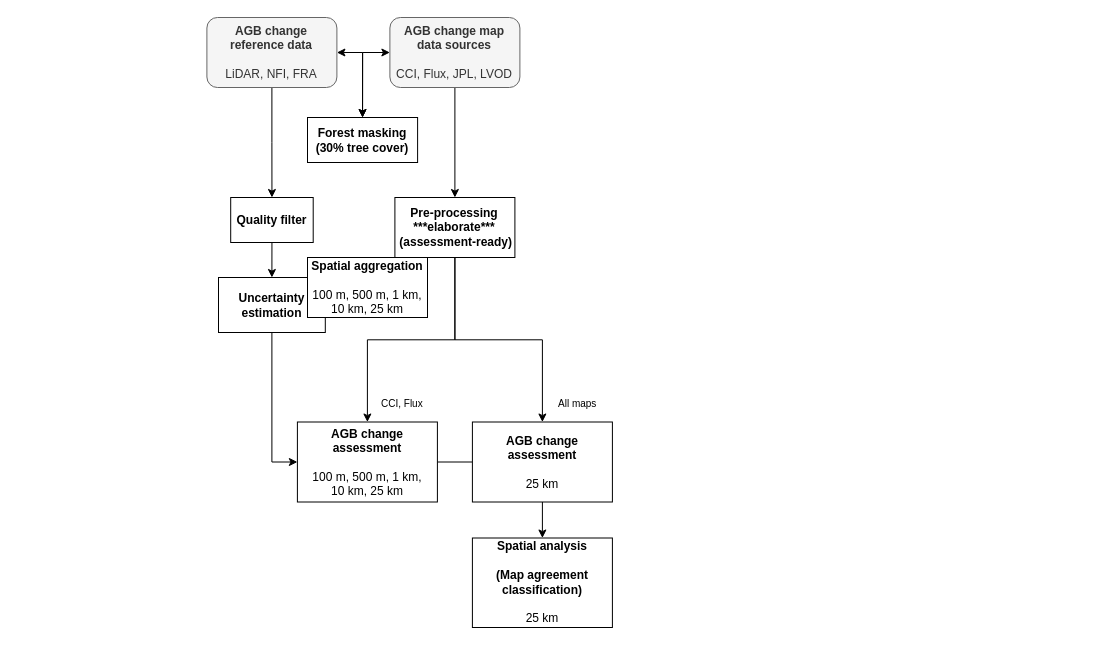
Earlier version of the draw.io diagram paper2.drawio (arnanaraza/diagrams). Source tidied: cells renumbered, new cells numbered last; positions are measured from the earlier drawing's top-left corner, leaving out a move shared by most shapes. Both pictures are drawn from the tidied source at 100%, with x=0, y=0 at pixel (206, 17).
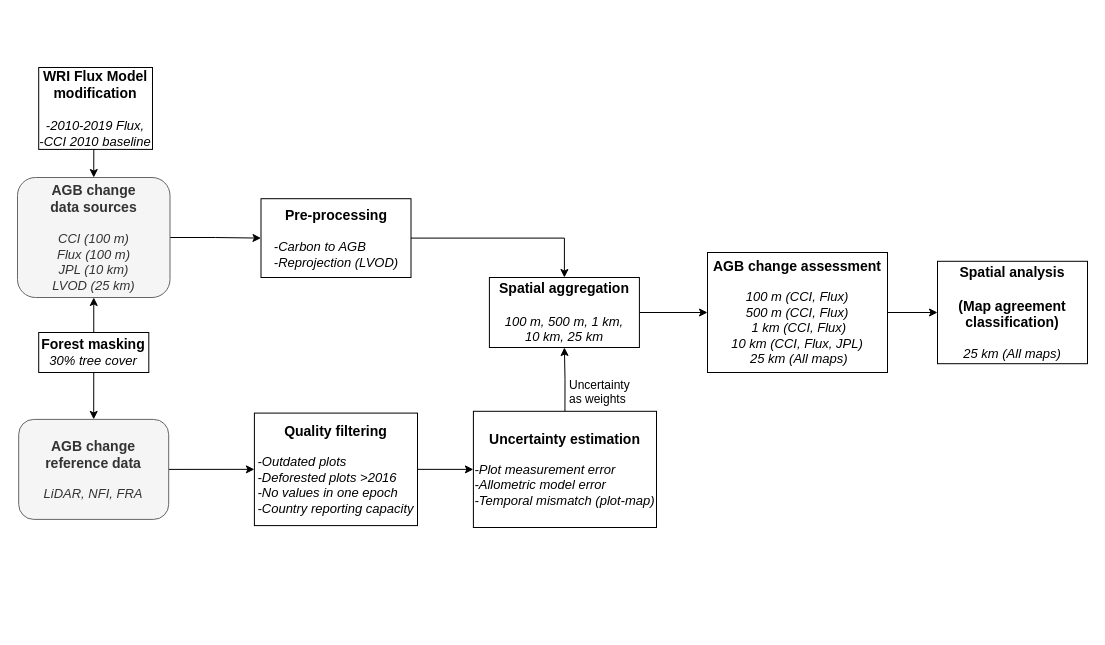
Above is the later version.

What changed in the source:
```diff
@@
-    <mxCell id="2" style="edgeStyle=orthogonalEdgeStyle;rounded=0;jettySize=auto;html=1;exitX=0.5;exitY=1;exitDx=0;exitDy=0;entryX=0.5;entryY=0;entryDx=0;entryDy=0;startArrow=none;startFill=0;" parent="1" edge="1" source="4" target="18">
+    <mxCell id="2" style="edgeStyle=orthogonalEdgeStyle;rounded=0;jettySize=auto;html=1;exitX=1;exitY=0.5;exitDx=0;exitDy=0;entryX=0;entryY=0.5;entryDx=0;entryDy=0;fontSize=14;" parent="1" edge="1" source="4" target="18">
       <mxGeometry relative="1" as="geometry" />
     </mxCell>
-    <mxCell id="3" style="edgeStyle=orthogonalEdgeStyle;rounded=0;jettySize=auto;html=1;exitX=0;exitY=0.5;exitDx=0;exitDy=0;entryX=0.5;entryY=0;entryDx=0;entryDy=0;startArrow=classic;startFill=1;" parent="1" edge="1" source="4" target="22">
-      <mxGeometry relative="1" as="geometry" />
-    </mxCell>
-    <mxCell id="4" value="&lt;b&gt;AGB change map data sources&lt;br&gt;&lt;/b&gt;&lt;br&gt;CCI, Flux, JPL, LVOD&lt;span style=&quot;font-family: &amp;quot;helvetica&amp;quot;&quot;&gt;&lt;br&gt;&lt;/span&gt;" style="rounded=1;whiteSpace=wrap;html=1;fillColor=#f5f5f5;fontColor=#333333;strokeColor=#666666;" parent="1" vertex="1">
-      <mxGeometry x="183.4" width="130" height="70" as="geometry" />
+    <mxCell id="4" value="&lt;b style=&quot;font-size: 14px;&quot;&gt;AGB change &lt;br&gt;data sources&lt;br&gt;&lt;/b&gt;&lt;font style=&quot;font-size: 13px;&quot;&gt;&lt;br&gt;&lt;i&gt;CCI (100 m)&lt;br&gt;Flux (100 m)&lt;br&gt;JPL (10 km)&lt;br&gt;LVOD (25 km)&lt;/i&gt;&lt;/font&gt;&lt;span style=&quot;font-family: &amp;quot;helvetica&amp;quot;&quot;&gt;&lt;br&gt;&lt;/span&gt;" style="rounded=1;whiteSpace=wrap;html=1;fillColor=#f5f5f5;fontColor=#333333;strokeColor=#666666;" parent="1" vertex="1">
+      <mxGeometry x="-189" y="160" width="152.5" height="120" as="geometry" />
     </mxCell>
-    <mxCell id="5" style="edgeStyle=orthogonalEdgeStyle;rounded=0;jettySize=auto;html=1;exitX=1;exitY=0.5;exitDx=0;exitDy=0;entryX=0;entryY=0.5;entryDx=0;entryDy=0;fontSize=10;endArrow=none;endFill=0;" parent="1" edge="1" source="6" target="8">
-      <mxGeometry relative="1" as="geometry" />
-    </mxCell>
+    <mxCell id="24" style="edgeStyle=orthogonalEdgeStyle;rounded=0;jettySize=auto;html=1;exitX=1;exitY=0.5;exitDx=0;exitDy=0;entryX=0;entryY=0.5;entryDx=0;entryDy=0;fontSize=14;" parent="1" edge="1" source="6" target="19">
+      <mxGeometry relative="1" as="geometry" />
+    </mxCell>
-    <mxCell id="6" value="&lt;b&gt;AGB change assessment&lt;/b&gt;&lt;br&gt;&lt;br&gt;100 m, 500 m, 1 km, &lt;br&gt;10 km, 25 km" style="rounded=0;whiteSpace=wrap;html=1;" parent="1" vertex="1">
-      <mxGeometry x="90.9" y="404.5" width="140" height="80" as="geometry" />
+    <mxCell id="6" value="&lt;font style=&quot;font-size: 14px;&quot;&gt;&lt;b&gt;AGB change assessment&lt;/b&gt;&lt;br&gt;&lt;/font&gt;&lt;br&gt;&lt;i style=&quot;font-size: 13px;&quot;&gt;100 m (CCI, Flux) &lt;br&gt;500 m (CCI, Flux)&lt;br&gt;&amp;nbsp;1 km (CCI, Flux)&lt;br&gt;10 km (CCI, Flux, JPL)&lt;br&gt;&amp;nbsp;25 km (All maps)&lt;/i&gt;" style="rounded=0;whiteSpace=wrap;html=1;" parent="1" vertex="1">
+      <mxGeometry x="501" y="235" width="180" height="120" as="geometry" />
     </mxCell>
-    <mxCell id="7" style="edgeStyle=orthogonalEdgeStyle;rounded=0;jettySize=auto;html=1;exitX=0.5;exitY=1;exitDx=0;exitDy=0;entryX=0.5;entryY=0;entryDx=0;entryDy=0;fontSize=10;" parent="1" edge="1" source="8" target="19">
-      <mxGeometry relative="1" as="geometry" />
-    </mxCell>
-    <mxCell id="8" value="&lt;b&gt;AGB change assessment&lt;/b&gt;&lt;br&gt;&lt;br&gt;25 km" style="rounded=0;whiteSpace=wrap;html=1;" parent="1" vertex="1">
-      <mxGeometry x="265.9" y="404.5" width="140" height="80" as="geometry" />
-    </mxCell>
-    <mxCell id="9" style="edgeStyle=orthogonalEdgeStyle;rounded=0;jettySize=auto;html=1;exitX=0.5;exitY=1;exitDx=0;exitDy=0;entryX=0.5;entryY=0;entryDx=0;entryDy=0;startArrow=none;startFill=0;" parent="1" edge="1" source="11" target="15">
+    <mxCell id="9" style="edgeStyle=orthogonalEdgeStyle;rounded=0;jettySize=auto;html=1;exitX=1;exitY=0.5;exitDx=0;exitDy=0;entryX=0;entryY=0.5;entryDx=0;entryDy=0;fontSize=14;" parent="1" edge="1" source="11" target="15">
       <mxGeometry relative="1" as="geometry" />
     </mxCell>
-    <mxCell id="10" style="edgeStyle=orthogonalEdgeStyle;rounded=0;jettySize=auto;html=1;exitX=1;exitY=0.5;exitDx=0;exitDy=0;entryX=0.5;entryY=0;entryDx=0;entryDy=0;startArrow=classic;startFill=1;" parent="1" edge="1" source="11" target="22">
-      <mxGeometry relative="1" as="geometry" />
-    </mxCell>
-    <mxCell id="11" value="&lt;b style=&quot;font-family: &amp;#34;helvetica&amp;#34;&quot;&gt;AGB change reference data&lt;/b&gt;&lt;br style=&quot;font-family: &amp;#34;helvetica&amp;#34;&quot;&gt;&lt;br style=&quot;font-family: &amp;#34;helvetica&amp;#34;&quot;&gt;&lt;span style=&quot;font-family: &amp;#34;helvetica&amp;#34;&quot;&gt;LiDAR, NFI, FRA&lt;/span&gt;" style="rounded=1;whiteSpace=wrap;html=1;shadow=0;glass=0;sketch=0;fillColor=#f5f5f5;fontColor=#333333;strokeColor=#666666;" parent="1" vertex="1">
-      <mxGeometry x="0.4" width="130" height="70" as="geometry" />
+    <mxCell id="11" value="&lt;font style=&quot;font-size: 14px;&quot;&gt;&lt;b style=&quot;font-family: &amp;quot;helvetica&amp;quot;&quot;&gt;AGB change reference data&lt;/b&gt;&lt;br style=&quot;font-family: &amp;quot;helvetica&amp;quot;&quot;&gt;&lt;/font&gt;&lt;br style=&quot;font-family: &amp;quot;helvetica&amp;quot;&quot;&gt;&lt;span style=&quot;font-family: &amp;quot;helvetica&amp;quot;&quot;&gt;&lt;i&gt;&lt;font style=&quot;font-size: 13px;&quot;&gt;LiDAR, NFI, FRA&lt;/font&gt;&lt;/i&gt;&lt;/span&gt;" style="rounded=1;whiteSpace=wrap;html=1;shadow=0;glass=0;sketch=0;fillColor=#f5f5f5;fontColor=#333333;strokeColor=#666666;" parent="1" vertex="1">
+      <mxGeometry x="-187.8" y="401.9" width="150" height="100" as="geometry" />
     </mxCell>
-    <mxCell id="12" style="edgeStyle=orthogonalEdgeStyle;rounded=0;jettySize=auto;html=1;exitX=0.5;exitY=1;exitDx=0;exitDy=0;entryX=0;entryY=0.5;entryDx=0;entryDy=0;" parent="1" edge="1" source="13" target="6">
-      <mxGeometry relative="1" as="geometry" />
-    </mxCell>
+    <mxCell id="25" style="edgeStyle=orthogonalEdgeStyle;rounded=0;jettySize=auto;html=1;exitX=0.5;exitY=0;exitDx=0;exitDy=0;entryX=0.5;entryY=1;entryDx=0;entryDy=0;fontSize=14;" parent="1" edge="1" source="13" target="23">
+      <mxGeometry relative="1" as="geometry" />
+    </mxCell>
-    <mxCell id="13" value="&lt;b&gt;Uncertainty estimation&lt;/b&gt;" style="rounded=0;whiteSpace=wrap;html=1;" parent="1" vertex="1">
-      <mxGeometry x="12" y="260" width="106.8" height="55" as="geometry" />
+    <mxCell id="13" value="&lt;span style=&quot;font-size: 14px;&quot;&gt;&lt;b&gt;Uncertainty estimation&lt;/b&gt;&lt;/span&gt;&lt;br style=&quot;border-color: var(--border-color);&quot;&gt;&lt;div style=&quot;border-color: var(--border-color); text-align: left;&quot;&gt;&lt;i style=&quot;border-color: var(--border-color); background-color: initial;&quot;&gt;&lt;br&gt;&lt;/i&gt;&lt;/div&gt;&lt;div style=&quot;border-color: var(--border-color); text-align: left; font-size: 13px;&quot;&gt;&lt;i&gt;&lt;font style=&quot;font-size: 13px;&quot;&gt;-Plot measurement error&lt;/font&gt;&lt;/i&gt;&lt;/div&gt;&lt;div style=&quot;border-color: var(--border-color); text-align: left; font-size: 13px;&quot;&gt;&lt;i&gt;&lt;font style=&quot;font-size: 13px;&quot;&gt;-Allometric model error&lt;/font&gt;&lt;/i&gt;&lt;/div&gt;&lt;div style=&quot;border-color: var(--border-color); text-align: left; font-size: 13px;&quot;&gt;&lt;i&gt;&lt;font style=&quot;font-size: 13px;&quot;&gt;-Temporal mismatch (plot-map)&lt;/font&gt;&lt;/i&gt;&lt;/div&gt;" style="rounded=0;whiteSpace=wrap;html=1;" parent="1" vertex="1">
+      <mxGeometry x="266.9" y="393.8" width="183.1" height="116.2" as="geometry" />
     </mxCell>
-    <mxCell id="14" style="edgeStyle=orthogonalEdgeStyle;rounded=0;jettySize=auto;html=1;exitX=0.5;exitY=1;exitDx=0;exitDy=0;entryX=0.5;entryY=0;entryDx=0;entryDy=0;" parent="1" edge="1" source="15" target="13">
+    <mxCell id="14" style="edgeStyle=orthogonalEdgeStyle;rounded=0;jettySize=auto;html=1;exitX=1;exitY=0.5;exitDx=0;exitDy=0;entryX=0;entryY=0.5;entryDx=0;entryDy=0;fontSize=14;" parent="1" edge="1" source="15" target="13">
       <mxGeometry relative="1" as="geometry" />
     </mxCell>
-    <mxCell id="15" value="&lt;b&gt;Quality filter&lt;/b&gt;" style="rounded=0;whiteSpace=wrap;html=1;" parent="1" vertex="1">
-      <mxGeometry x="24.2" y="180" width="82.5" height="45" as="geometry" />
+    <mxCell id="15" value="&lt;b style=&quot;font-size: 14px;&quot;&gt;Quality filtering&lt;br&gt;&lt;/b&gt;&lt;br&gt;&lt;div style=&quot;text-align: left; font-size: 13px;&quot;&gt;&lt;i style=&quot;background-color: initial; border-color: var(--border-color);&quot;&gt;-&lt;font style=&quot;font-size: 13px;&quot;&gt;Outdated plots&lt;/font&gt;&lt;/i&gt;&lt;/div&gt;&lt;div style=&quot;text-align: left; font-size: 13px;&quot;&gt;&lt;i style=&quot;background-color: initial; border-color: var(--border-color);&quot;&gt;&lt;font style=&quot;font-size: 13px;&quot;&gt;-Deforested plots &amp;gt;2016&amp;nbsp;&lt;/font&gt;&lt;/i&gt;&lt;/div&gt;&lt;i style=&quot;border-color: var(--border-color); font-size: 13px;&quot;&gt;&lt;div style=&quot;text-align: left;&quot;&gt;&lt;i style=&quot;background-color: initial; border-color: var(--border-color);&quot;&gt;&lt;i style=&quot;border-color: var(--border-color);&quot;&gt;&lt;font style=&quot;font-size: 13px;&quot;&gt;-No values in one epoch&lt;/font&gt;&lt;/i&gt;&lt;/i&gt;&lt;/div&gt;&lt;i style=&quot;border-color: var(--border-color);&quot;&gt;&lt;div style=&quot;text-align: left;&quot;&gt;&lt;i style=&quot;background-color: initial; border-color: var(--border-color);&quot;&gt;&lt;i style=&quot;border-color: var(--border-color);&quot;&gt;&lt;i style=&quot;border-color: var(--border-color);&quot;&gt;&lt;font style=&quot;font-size: 13px;&quot;&gt;-Country reporting capacit&lt;/font&gt;y&lt;/i&gt;&lt;/i&gt;&lt;/i&gt;&lt;/div&gt;&lt;/i&gt;&lt;/i&gt;" style="rounded=0;whiteSpace=wrap;html=1;" parent="1" vertex="1">
+      <mxGeometry x="47.9" y="395.6" width="163.1" height="112.5" as="geometry" />
     </mxCell>
-    <mxCell id="16" style="edgeStyle=orthogonalEdgeStyle;rounded=0;jettySize=auto;html=1;exitX=0.5;exitY=1;exitDx=0;exitDy=0;entryX=0.5;entryY=0;entryDx=0;entryDy=0;" parent="1" edge="1" source="18" target="8">
-      <mxGeometry relative="1" as="geometry" />
-    </mxCell>
-    <mxCell id="17" style="edgeStyle=orthogonalEdgeStyle;rounded=0;jettySize=auto;html=1;exitX=0.5;exitY=1;exitDx=0;exitDy=0;entryX=0.5;entryY=0;entryDx=0;entryDy=0;" parent="1" edge="1" source="18" target="6">
-      <mxGeometry relative="1" as="geometry" />
-    </mxCell>
+    <mxCell id="26" style="edgeStyle=orthogonalEdgeStyle;rounded=0;jettySize=auto;html=1;exitX=1;exitY=0.5;exitDx=0;exitDy=0;entryX=0.5;entryY=0;entryDx=0;entryDy=0;fontSize=14;" parent="1" edge="1" source="18" target="23">
+      <mxGeometry relative="1" as="geometry" />
+    </mxCell>
-    <mxCell id="18" value="&lt;b&gt;Pre-processing&lt;br&gt;***elaborate***&lt;br&gt;&amp;nbsp;(assessment-ready)&lt;/b&gt;" style="rounded=0;whiteSpace=wrap;html=1;" parent="1" vertex="1">
-      <mxGeometry x="188.4" y="180" width="120" height="60" as="geometry" />
+    <mxCell id="18" value="&lt;b&gt;&lt;font style=&quot;font-size: 14px;&quot;&gt;Pre-processing&lt;/font&gt;&lt;/b&gt;&lt;br&gt;&lt;i style=&quot;font-size: 13px;&quot;&gt;&lt;div style=&quot;text-align: left;&quot;&gt;&lt;i style=&quot;background-color: initial;&quot;&gt;&lt;font style=&quot;font-size: 13px;&quot;&gt;&lt;br&gt;&lt;/font&gt;&lt;/i&gt;&lt;/div&gt;&lt;div style=&quot;text-align: left;&quot;&gt;&lt;i style=&quot;background-color: initial;&quot;&gt;&lt;font style=&quot;font-size: 13px;&quot;&gt;-Carbon to AGB&amp;nbsp;&lt;/font&gt;&lt;/i&gt;&lt;/div&gt;&lt;div style=&quot;text-align: left;&quot;&gt;&lt;i style=&quot;background-color: initial;&quot;&gt;&lt;font style=&quot;font-size: 13px;&quot;&gt;-Reprojection (LVOD)&lt;/font&gt;&lt;/i&gt;&lt;/div&gt;&lt;/i&gt;" style="rounded=0;whiteSpace=wrap;html=1;" parent="1" vertex="1">
+      <mxGeometry x="54.5" y="181.2" width="150" height="78.8" as="geometry" />
     </mxCell>
-    <mxCell id="19" value="&lt;b&gt;Spatial analysis&lt;br&gt;&lt;br&gt;(Map agreement classification)&lt;br&gt;&lt;/b&gt;&lt;br&gt;25 km" style="rounded=0;whiteSpace=wrap;html=1;" parent="1" vertex="1">
-      <mxGeometry x="265.9" y="520.5" width="140" height="89.5" as="geometry" />
+    <mxCell id="19" value="&lt;b style=&quot;font-size: 14px;&quot;&gt;Spatial analysis&lt;br&gt;&lt;br&gt;(Map agreement classification)&lt;br&gt;&lt;/b&gt;&lt;br&gt;&lt;i&gt;&lt;font style=&quot;font-size: 13px;&quot;&gt;25 km (All maps)&lt;/font&gt;&lt;/i&gt;" style="rounded=0;whiteSpace=wrap;html=1;" parent="1" vertex="1">
+      <mxGeometry x="731" y="243.8" width="150" height="102.4" as="geometry" />
     </mxCell>
-    <mxCell id="20" value="&lt;span style=&quot;font-size: 10px;&quot;&gt;All maps&lt;/span&gt;" style="text;html=1;strokeColor=none;fillColor=none;align=left;verticalAlign=middle;whiteSpace=wrap;rounded=0;" parent="1" vertex="1">
-      <mxGeometry x="350.4" y="370.5" width="110" height="30" as="geometry" />
-    </mxCell>
-    <mxCell id="21" value="&lt;span style=&quot;font-size: 10px;&quot;&gt;CCI, Flux&lt;/span&gt;" style="text;html=1;strokeColor=none;fillColor=none;align=left;verticalAlign=middle;whiteSpace=wrap;rounded=0;" parent="1" vertex="1">
-      <mxGeometry x="173.4" y="370.5" width="110" height="30" as="geometry" />
-    </mxCell>
+    <mxCell id="27" style="edgeStyle=orthogonalEdgeStyle;rounded=0;jettySize=auto;html=1;exitX=0.5;exitY=1;exitDx=0;exitDy=0;entryX=0.5;entryY=0;entryDx=0;entryDy=0;fontSize=14;" parent="1" edge="1" source="22" target="11">
+      <mxGeometry relative="1" as="geometry" />
+    </mxCell>
+    <mxCell id="28" style="edgeStyle=orthogonalEdgeStyle;rounded=0;jettySize=auto;html=1;exitX=0.5;exitY=0;exitDx=0;exitDy=0;entryX=0.5;entryY=1;entryDx=0;entryDy=0;fontSize=14;" parent="1" edge="1" source="22" target="4">
+      <mxGeometry relative="1" as="geometry" />
+    </mxCell>
-    <mxCell id="22" value="&lt;b&gt;Forest masking (30% tree cover)&lt;/b&gt;" style="rounded=0;whiteSpace=wrap;html=1;" parent="1" vertex="1">
-      <mxGeometry x="101" y="100" width="110.1" height="45" as="geometry" />
+    <mxCell id="22" value="&lt;font style=&quot;font-weight: bold; font-size: 14px;&quot;&gt;Forest masking&lt;/font&gt;&lt;span style=&quot;font-weight: bold; font-size: 13px;&quot;&gt; &lt;/span&gt;&lt;font size=&quot;1&quot; style=&quot;&quot;&gt;&lt;i style=&quot;font-size: 13px;&quot;&gt;30% tree cover&lt;/i&gt;&lt;/font&gt;" style="rounded=0;whiteSpace=wrap;html=1;" parent="1" vertex="1">
+      <mxGeometry x="-167.8" y="315" width="110.1" height="40" as="geometry" />
     </mxCell>
+    <mxCell id="29" style="edgeStyle=orthogonalEdgeStyle;rounded=0;jettySize=auto;html=1;exitX=1;exitY=0.5;exitDx=0;exitDy=0;entryX=0;entryY=0.5;entryDx=0;entryDy=0;fontSize=14;" parent="1" edge="1" source="23" target="6">
+      <mxGeometry relative="1" as="geometry" />
+    </mxCell>
-    <mxCell id="23" value="&lt;b&gt;Spatial aggregation&lt;br&gt;&lt;br&gt;&lt;/b&gt;100 m, 500 m, 1 km,&lt;br style=&quot;border-color: var(--border-color);&quot;&gt;10 km, 25 km&lt;b&gt;&lt;br&gt;&lt;/b&gt;" style="rounded=0;whiteSpace=wrap;html=1;" parent="1" vertex="1">
-      <mxGeometry x="101" y="240" width="120" height="60" as="geometry" />
+    <mxCell id="23" value="&lt;b style=&quot;font-size: 14px;&quot;&gt;Spatial aggregation&lt;br&gt;&lt;br&gt;&lt;/b&gt;&lt;i style=&quot;font-size: 13px;&quot;&gt;100 m, 500 m, 1 km,&lt;br style=&quot;border-color: var(--border-color);&quot;&gt;10 km, 25 km&lt;/i&gt;&lt;b&gt;&lt;br&gt;&lt;/b&gt;" style="rounded=0;whiteSpace=wrap;html=1;" parent="1" vertex="1">
+      <mxGeometry x="282.9" y="260" width="150" height="70" as="geometry" />
     </mxCell>
+    <mxCell id="30" style="edgeStyle=orthogonalEdgeStyle;rounded=0;jettySize=auto;html=1;exitX=0.5;exitY=1;exitDx=0;exitDy=0;entryX=0.5;entryY=0;entryDx=0;entryDy=0;fontSize=14;" parent="1" edge="1" source="31" target="4">
+      <mxGeometry relative="1" as="geometry" />
+    </mxCell>
+    <mxCell id="31" value="&lt;font style=&quot;font-size: 14px;&quot;&gt;&lt;b&gt;WRI Flux Model modification&lt;/b&gt;&lt;br&gt;&lt;br&gt;&lt;/font&gt;&lt;i style=&quot;font-size: 13px;&quot;&gt;-2010-2019 Flux, &lt;br&gt;-CCI 2010 baseline&lt;/i&gt;" style="rounded=0;whiteSpace=wrap;html=1;" parent="1" vertex="1">
+      <mxGeometry x="-167.8" y="50" width="113.8" height="81.9" as="geometry" />
+    </mxCell>
+    <mxCell id="32" value="Uncertainty &lt;br&gt;as weights" style="text;whiteSpace=wrap;html=1;fontSize=12;" parent="1" vertex="1">
+      <mxGeometry x="361" y="353.8" width="150" height="40" as="geometry" />
+    </mxCell>
```
